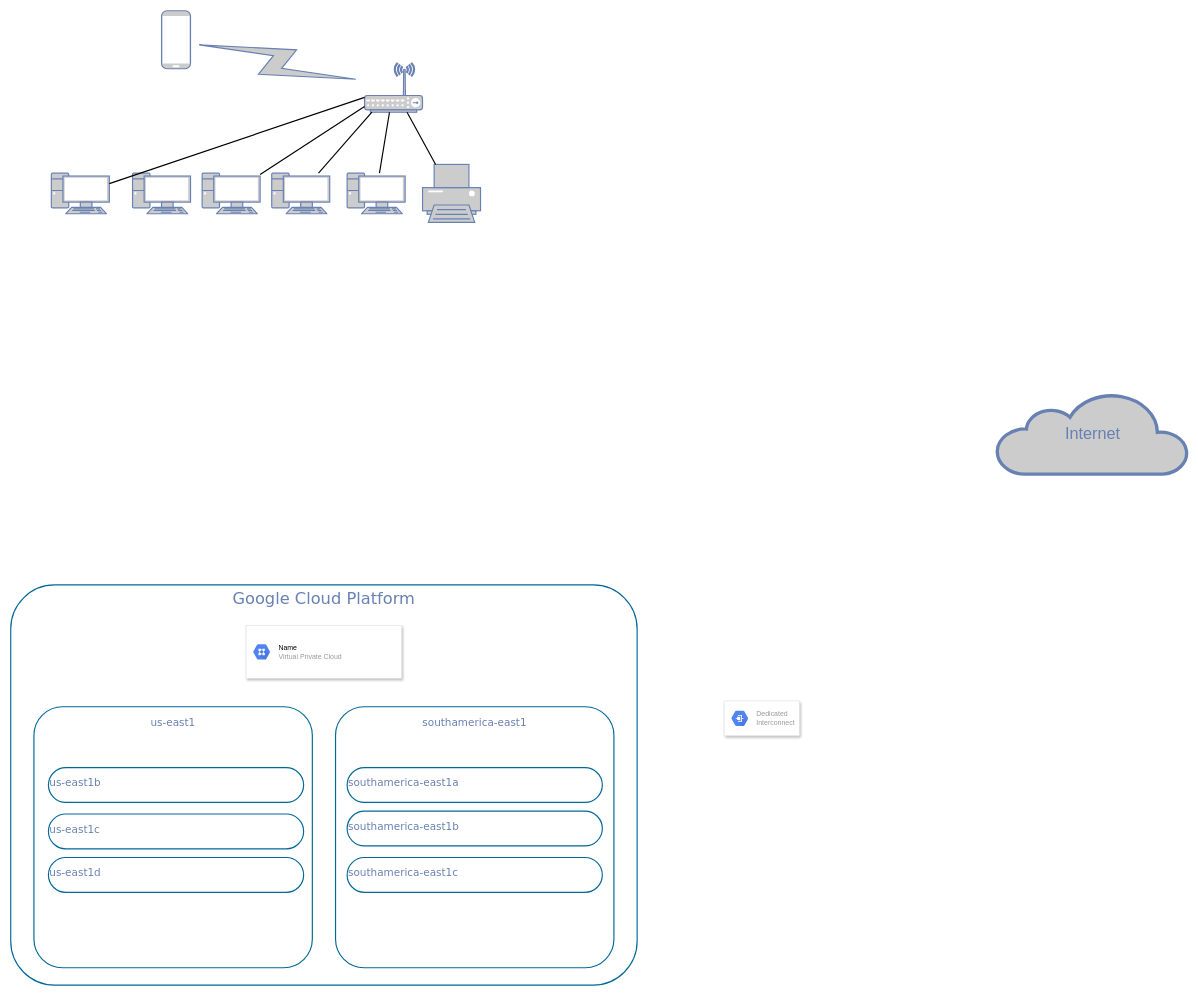
Before: Network.drawio in lucasbagb/drawio, a draw.io diagram. Source tidied: cells renumbered, new cells numbered last; positions are measured from the earlier drawing's top-left corner, leaving out a move shared by most shapes. Both pictures are drawn from the tidied source at 58%, with x=0, y=0 at pixel (10, 10).
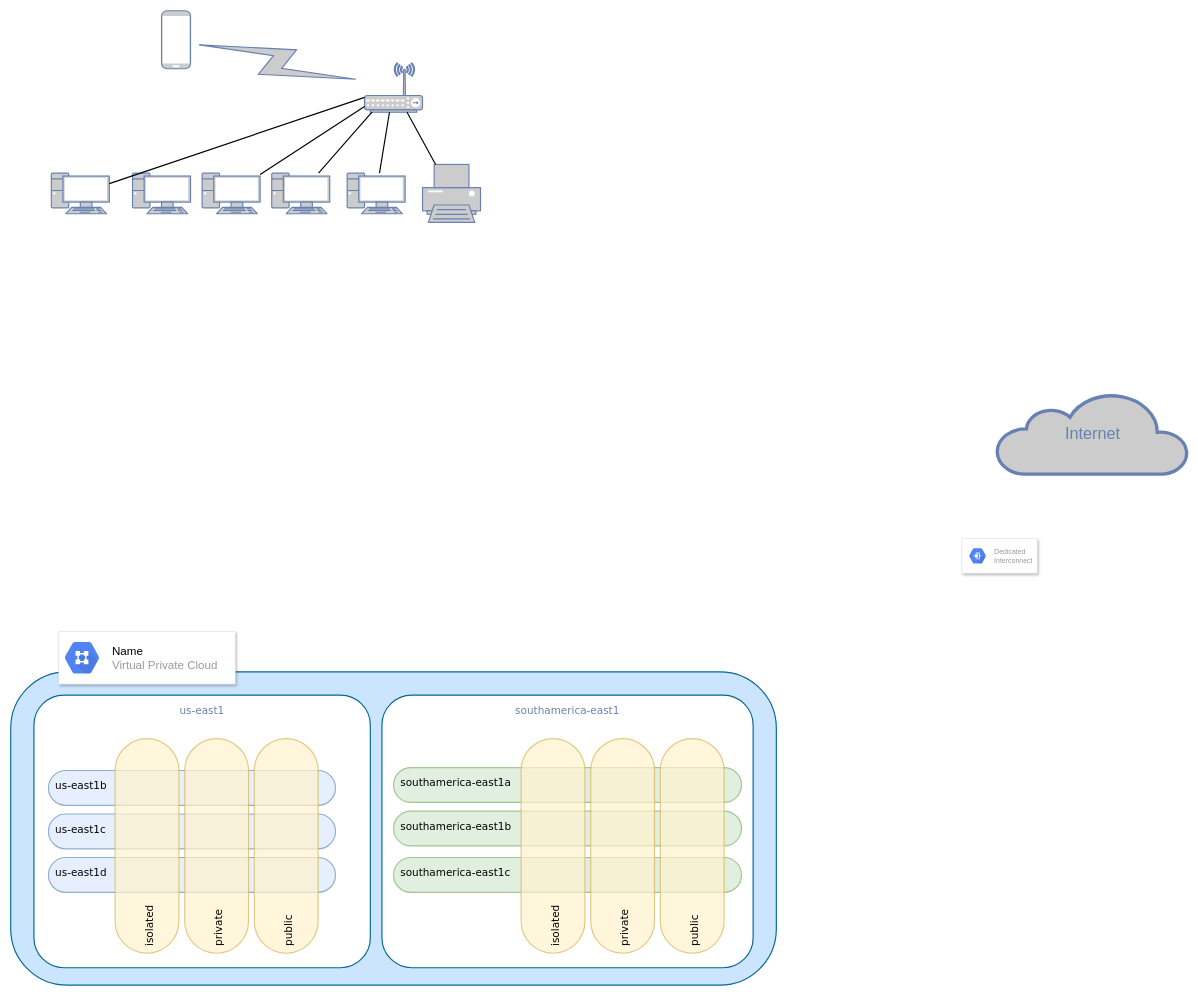
The same page after the edit.

Commit message:
gcp network

Diff of the diagram source:
```diff
@@
-    <mxCell id="2" value="Google Cloud Platform&lt;br&gt;" style="rounded=1;whiteSpace=wrap;html=1;shadow=0;comic=0;strokeColor=#036897;strokeWidth=2;fillColor=none;fontFamily=Verdana;fontSize=28;fontColor=#6881B3;align=center;arcSize=11;verticalAlign=top;" parent="1" vertex="1">
-      <mxGeometry y="990" width="1080" height="690" as="geometry" />
+    <mxCell id="2" style="rounded=1;whiteSpace=wrap;html=1;shadow=0;comic=0;strokeColor=#036897;strokeWidth=2;fillColor=#CCE5FF;fontFamily=Verdana;fontSize=28;fontColor=#6881B3;align=center;arcSize=18;verticalAlign=top;" parent="1" vertex="1">
+      <mxGeometry y="1140" width="1320" height="540" as="geometry" />
     </mxCell>
@@
     <mxCell id="18" style="strokeColor=#dddddd;shadow=1;strokeWidth=1;rounded=1;absoluteArcSize=1;arcSize=0;" parent="1" vertex="1">
-      <mxGeometry x="405.7" y="1060" width="268.5" height="91" as="geometry" />
+      <mxGeometry x="82.9" y="1070" width="304.3" height="91" as="geometry" />
     </mxCell>
-    <mxCell id="19" value="&lt;font color=&quot;#000000&quot;&gt;Name&lt;/font&gt;&lt;br&gt;Virtual Private Cloud" style="dashed=0;html=1;fillColor=#5184F3;strokeColor=none;shape=mxgraph.gcp2.hexIcon;prIcon=virtual_private_cloud;labelPosition=right;verticalLabelPosition=middle;align=left;verticalAlign=middle;spacingLeft=5;fontColor=#999999;fontSize=12;" parent="18" vertex="1">
-      <mxGeometry y="0.5" width="44" height="39" relative="1" as="geometry">
-        <mxPoint x="5" y="-19.5" as="offset" />
+    <mxCell id="19" value="&lt;font style=&quot;font-size: 20px&quot;&gt;&lt;font color=&quot;#000000&quot; style=&quot;font-size: 20px&quot;&gt;Name&lt;/font&gt;&lt;br&gt;Virtual Private Cloud&lt;/font&gt;" style="dashed=0;html=1;fillColor=#5184F3;strokeColor=none;shape=mxgraph.gcp2.hexIcon;prIcon=virtual_private_cloud;labelPosition=right;verticalLabelPosition=middle;align=left;verticalAlign=middle;spacingLeft=5;fontColor=#999999;fontSize=12;" parent="18" vertex="1">
+      <mxGeometry y="0.5" width="90.26" height="80" relative="1" as="geometry">
+        <mxPoint x="-5.1" y="-40" as="offset" />
       </mxGeometry>
     </mxCell>
     <mxCell id="20" style="strokeColor=#dddddd;shadow=1;strokeWidth=1;rounded=1;absoluteArcSize=1;arcSize=2;" parent="1" vertex="1">
-      <mxGeometry x="1230" y="1190" width="130" height="60" as="geometry" />
+      <mxGeometry x="1640" y="910" width="130" height="60" as="geometry" />
     </mxCell>
@@
-    <mxCell id="22" value="&lt;font style=&quot;font-size: 18px&quot;&gt;us-east1&lt;/font&gt;" style="rounded=1;whiteSpace=wrap;html=1;shadow=0;comic=0;strokeColor=#036897;strokeWidth=2;fillColor=none;fontFamily=Verdana;fontSize=28;fontColor=#6881B3;align=center;arcSize=11;verticalAlign=top;" parent="1" vertex="1">
-      <mxGeometry x="40" y="1200" width="480" height="450" as="geometry" />
+    <mxCell id="22" value="&lt;font style=&quot;font-size: 18px&quot;&gt;us-east1&lt;/font&gt;" style="rounded=1;whiteSpace=wrap;html=1;shadow=0;comic=0;strokeColor=#036897;strokeWidth=2;fillColor=#FFFFFF;fontFamily=Verdana;fontSize=28;fontColor=#6881B3;align=center;arcSize=11;verticalAlign=top;" parent="1" vertex="1">
+      <mxGeometry x="40" y="1180" width="580" height="470" as="geometry" />
     </mxCell>
-    <mxCell id="23" value="&lt;font style=&quot;font-size: 18px&quot;&gt;southamerica-east1&lt;/font&gt;" style="rounded=1;whiteSpace=wrap;html=1;shadow=0;comic=0;strokeColor=#036897;strokeWidth=2;fillColor=none;fontFamily=Verdana;fontSize=28;fontColor=#6881B3;align=center;arcSize=11;verticalAlign=top;" parent="1" vertex="1">
-      <mxGeometry x="560" y="1200" width="480" height="450" as="geometry" />
+    <mxCell id="23" value="&lt;font style=&quot;font-size: 18px&quot;&gt;southamerica-east1&lt;/font&gt;" style="rounded=1;whiteSpace=wrap;html=1;shadow=0;comic=0;strokeColor=#036897;strokeWidth=2;fillColor=#FFFFFF;fontFamily=Verdana;fontSize=28;fontColor=#6881B3;align=center;arcSize=11;verticalAlign=top;" parent="1" vertex="1">
+      <mxGeometry x="640" y="1180" width="640" height="470" as="geometry" />
     </mxCell>
-    <mxCell id="24" value="&lt;font style=&quot;font-size: 18px&quot;&gt;southamerica-east1a&lt;br&gt;&lt;/font&gt;" style="rounded=1;whiteSpace=wrap;html=1;shadow=0;comic=0;strokeColor=#036897;strokeWidth=2;fillColor=none;fontFamily=Verdana;fontSize=28;fontColor=#6881B3;align=left;arcSize=50;verticalAlign=top;" parent="1" vertex="1">
-      <mxGeometry x="580" y="1305" width="440" height="60" as="geometry" />
+    <mxCell id="24" value="&lt;font style=&quot;font-size: 18px&quot;&gt;southamerica-east1a&lt;br&gt;&lt;/font&gt;" style="rounded=1;whiteSpace=wrap;html=1;shadow=0;comic=0;strokeColor=#82b366;strokeWidth=2;fillColor=#d5e8d4;fontFamily=Verdana;fontSize=28;align=left;arcSize=50;verticalAlign=top;opacity=70;spacingLeft=10;" parent="1" vertex="1">
+      <mxGeometry x="660" y="1305" width="600" height="60" as="geometry" />
     </mxCell>
-    <mxCell id="25" value="&lt;font style=&quot;font-size: 18px&quot;&gt;southamerica-east1b&lt;br&gt;&lt;/font&gt;" style="rounded=1;whiteSpace=wrap;html=1;shadow=0;comic=0;strokeColor=#036897;strokeWidth=2;fillColor=none;fontFamily=Verdana;fontSize=28;fontColor=#6881B3;align=left;arcSize=50;verticalAlign=top;" parent="1" vertex="1">
-      <mxGeometry x="580" y="1380" width="440" height="60" as="geometry" />
+    <mxCell id="25" value="&lt;font style=&quot;font-size: 18px&quot;&gt;southamerica-east1b&lt;br&gt;&lt;/font&gt;" style="rounded=1;whiteSpace=wrap;html=1;shadow=0;comic=0;strokeColor=#82b366;strokeWidth=2;fillColor=#d5e8d4;fontFamily=Verdana;fontSize=28;align=left;arcSize=50;verticalAlign=top;opacity=70;spacingLeft=10;" parent="1" vertex="1">
+      <mxGeometry x="660" y="1380" width="600" height="60" as="geometry" />
     </mxCell>
-    <mxCell id="26" value="&lt;font style=&quot;font-size: 18px&quot;&gt;southamerica-east1c&lt;br&gt;&lt;/font&gt;" style="rounded=1;whiteSpace=wrap;html=1;shadow=0;comic=0;strokeColor=#036897;strokeWidth=2;fillColor=none;fontFamily=Verdana;fontSize=28;fontColor=#6881B3;align=left;arcSize=50;verticalAlign=top;" parent="1" vertex="1">
-      <mxGeometry x="580" y="1460" width="440" height="60" as="geometry" />
+    <mxCell id="26" value="&lt;font style=&quot;font-size: 18px&quot;&gt;southamerica-east1c&lt;br&gt;&lt;/font&gt;" style="rounded=1;whiteSpace=wrap;html=1;shadow=0;comic=0;strokeColor=#82b366;strokeWidth=2;fillColor=#d5e8d4;fontFamily=Verdana;fontSize=28;align=left;arcSize=50;verticalAlign=top;opacity=70;spacingLeft=10;" parent="1" vertex="1">
+      <mxGeometry x="660" y="1460" width="600" height="60" as="geometry" />
     </mxCell>
-    <mxCell id="27" value="&lt;font style=&quot;font-size: 18px&quot;&gt;us-east1b&lt;br&gt;&lt;/font&gt;" style="rounded=1;whiteSpace=wrap;html=1;shadow=0;comic=0;strokeColor=#036897;strokeWidth=2;fillColor=none;fontFamily=Verdana;fontSize=28;fontColor=#6881B3;align=left;arcSize=50;verticalAlign=top;" parent="1" vertex="1">
-      <mxGeometry x="65" y="1305" width="440" height="60" as="geometry" />
+    <mxCell id="27" value="&lt;font style=&quot;font-size: 18px&quot;&gt;us-east1b&lt;br&gt;&lt;/font&gt;" style="rounded=1;whiteSpace=wrap;html=1;shadow=0;comic=0;strokeColor=#6c8ebf;strokeWidth=2;fillColor=#dae8fc;fontFamily=Verdana;fontSize=28;align=left;arcSize=50;verticalAlign=top;opacity=70;spacingLeft=10;" parent="1" vertex="1">
+      <mxGeometry x="65" y="1310" width="495" height="60" as="geometry" />
     </mxCell>
-    <mxCell id="28" value="&lt;font style=&quot;font-size: 18px&quot;&gt;us-east1c&lt;br&gt;&lt;/font&gt;" style="rounded=1;whiteSpace=wrap;html=1;shadow=0;comic=0;strokeColor=#036897;strokeWidth=2;fillColor=none;fontFamily=Verdana;fontSize=28;fontColor=#6881B3;align=left;arcSize=50;verticalAlign=top;" parent="1" vertex="1">
-      <mxGeometry x="65" y="1385" width="440" height="60" as="geometry" />
+    <mxCell id="28" value="&lt;font style=&quot;font-size: 18px&quot;&gt;us-east1c&lt;br&gt;&lt;/font&gt;" style="rounded=1;whiteSpace=wrap;html=1;shadow=0;comic=0;strokeColor=#6c8ebf;strokeWidth=2;fillColor=#dae8fc;fontFamily=Verdana;fontSize=28;align=left;arcSize=50;verticalAlign=top;opacity=70;spacingLeft=10;" parent="1" vertex="1">
+      <mxGeometry x="65" y="1385" width="495" height="60" as="geometry" />
     </mxCell>
-    <mxCell id="29" value="&lt;font style=&quot;font-size: 18px&quot;&gt;us-east1d&lt;br&gt;&lt;/font&gt;" style="rounded=1;whiteSpace=wrap;html=1;shadow=0;comic=0;strokeColor=#036897;strokeWidth=2;fillColor=none;fontFamily=Verdana;fontSize=28;fontColor=#6881B3;align=left;arcSize=50;verticalAlign=top;" parent="1" vertex="1">
-      <mxGeometry x="65" y="1460" width="440" height="60" as="geometry" />
+    <mxCell id="29" value="&lt;font style=&quot;font-size: 18px&quot;&gt;us-east1d&lt;br&gt;&lt;/font&gt;" style="rounded=1;whiteSpace=wrap;html=1;shadow=0;comic=0;strokeColor=#6c8ebf;strokeWidth=2;fillColor=#dae8fc;fontFamily=Verdana;fontSize=28;align=left;arcSize=50;verticalAlign=top;opacity=70;spacingLeft=10;" parent="1" vertex="1">
+      <mxGeometry x="65" y="1460" width="495" height="60" as="geometry" />
     </mxCell>
+    <mxCell id="30" value="&lt;font style=&quot;font-size: 18px&quot;&gt;private&lt;br&gt;&lt;/font&gt;" style="rounded=1;whiteSpace=wrap;html=1;shadow=0;comic=0;strokeColor=#d6b656;strokeWidth=2;fillColor=#fff2cc;fontFamily=Verdana;fontSize=28;align=left;arcSize=50;verticalAlign=middle;rotation=-90;opacity=70;spacingTop=0;spacingLeft=10;" parent="1" vertex="1">
+      <mxGeometry x="170" y="1385" width="370" height="110" as="geometry" />
+    </mxCell>
+    <mxCell id="31" value="&lt;font style=&quot;font-size: 18px&quot;&gt;public&lt;br&gt;&lt;/font&gt;" style="rounded=1;whiteSpace=wrap;html=1;shadow=0;comic=0;strokeColor=#d6b656;strokeWidth=2;fillColor=#fff2cc;fontFamily=Verdana;fontSize=28;align=left;arcSize=50;verticalAlign=middle;rotation=-90;opacity=70;spacingTop=0;spacingLeft=10;" parent="1" vertex="1">
+      <mxGeometry x="290" y="1385" width="370" height="110" as="geometry" />
+    </mxCell>
+    <mxCell id="32" value="&lt;font style=&quot;font-size: 18px&quot;&gt;isolated&lt;br&gt;&lt;/font&gt;" style="rounded=1;whiteSpace=wrap;html=1;shadow=0;comic=0;strokeColor=#d6b656;strokeWidth=2;fillColor=#fff2cc;fontFamily=Verdana;fontSize=28;align=left;arcSize=50;verticalAlign=middle;rotation=-90;opacity=70;spacingTop=0;spacingLeft=10;" parent="1" vertex="1">
+      <mxGeometry x="50" y="1385" width="370" height="110" as="geometry" />
+    </mxCell>
+    <mxCell id="33" value="&lt;font style=&quot;font-size: 18px&quot;&gt;private&lt;br&gt;&lt;/font&gt;" style="rounded=1;whiteSpace=wrap;html=1;shadow=0;comic=0;strokeColor=#d6b656;strokeWidth=2;fillColor=#fff2cc;fontFamily=Verdana;fontSize=28;align=left;arcSize=50;verticalAlign=middle;rotation=-90;opacity=70;spacingLeft=10;" parent="1" vertex="1">
+      <mxGeometry x="870" y="1385" width="370" height="110" as="geometry" />
+    </mxCell>
+    <mxCell id="34" value="&lt;font style=&quot;font-size: 18px&quot;&gt;public&lt;br&gt;&lt;/font&gt;" style="rounded=1;whiteSpace=wrap;html=1;shadow=0;comic=0;strokeColor=#d6b656;strokeWidth=2;fillColor=#fff2cc;fontFamily=Verdana;fontSize=28;align=left;arcSize=50;verticalAlign=middle;rotation=-90;opacity=70;spacingLeft=10;" parent="1" vertex="1">
+      <mxGeometry x="990" y="1385" width="370" height="110" as="geometry" />
+    </mxCell>
+    <mxCell id="35" value="&lt;font style=&quot;font-size: 18px&quot;&gt;isolated&lt;br&gt;&lt;/font&gt;" style="rounded=1;whiteSpace=wrap;html=1;shadow=0;comic=0;strokeColor=#d6b656;strokeWidth=2;fillColor=#fff2cc;fontFamily=Verdana;fontSize=28;align=left;arcSize=50;verticalAlign=middle;rotation=-90;opacity=70;spacingLeft=10;" parent="1" vertex="1">
+      <mxGeometry x="750" y="1385" width="370" height="110" as="geometry" />
+    </mxCell>
```
